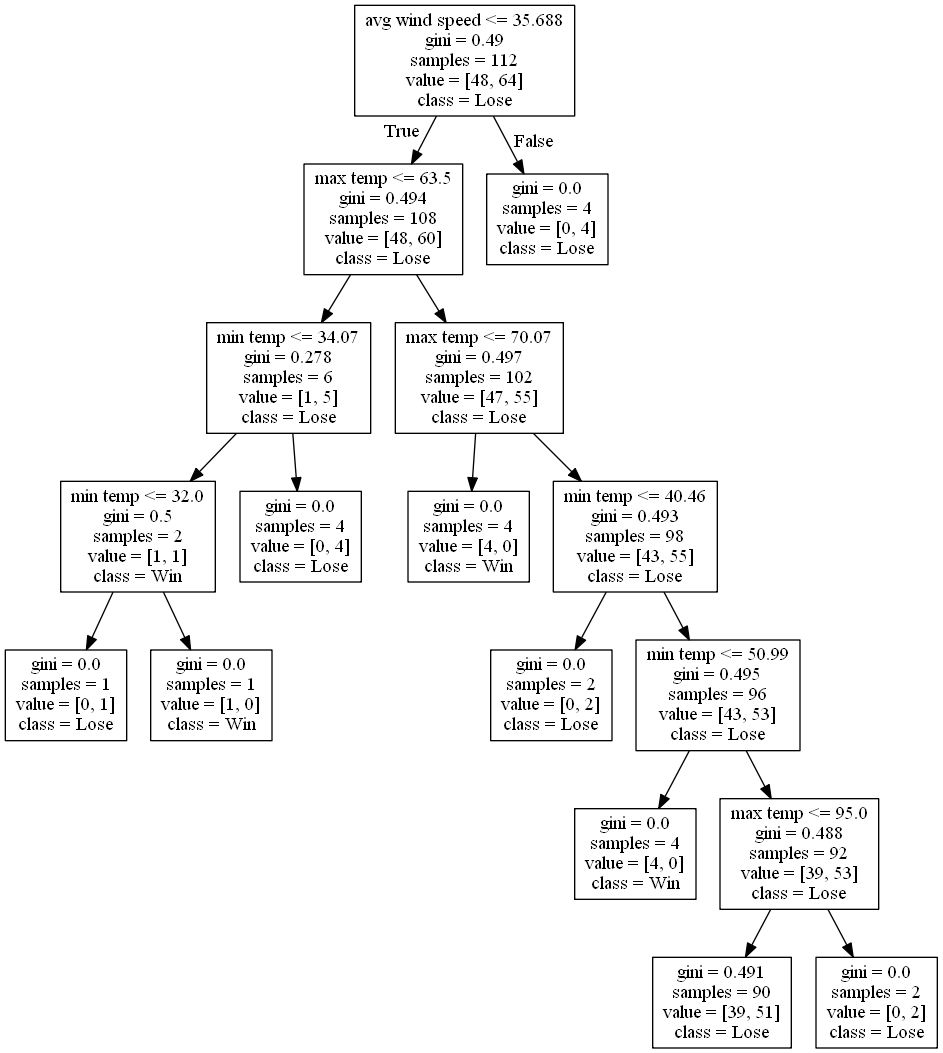
This is DecisionTrees/decision_tree_no_score_or_attendance_test_604.png from alexana-steck/CSE482Project, a Graphviz export, as it was before one commit. Its source is kept beside it as DecisionTrees/decision_tree_no_score_or_attendance_test_604.dot. Its diagram source:
```dot
digraph Tree {
node [shape=box] ;
0 [label="avg wind speed <= 35.688\ngini = 0.49\nsamples = 112\nvalue = [48, 64]\nclass = Lose"] ;
1 [label="max temp <= 63.5\ngini = 0.494\nsamples = 108\nvalue = [48, 60]\nclass = Lose"] ;
0 -> 1 [labeldistance=2.5, labelangle=45, headlabel="True"] ;
2 [label="min temp <= 34.07\ngini = 0.278\nsamples = 6\nvalue = [1, 5]\nclass = Lose"] ;
1 -> 2 ;
3 [label="min temp <= 32.0\ngini = 0.5\nsamples = 2\nvalue = [1, 1]\nclass = Win"] ;
2 -> 3 ;
4 [label="gini = 0.0\nsamples = 1\nvalue = [0, 1]\nclass = Lose"] ;
3 -> 4 ;
5 [label="gini = 0.0\nsamples = 1\nvalue = [1, 0]\nclass = Win"] ;
3 -> 5 ;
6 [label="gini = 0.0\nsamples = 4\nvalue = [0, 4]\nclass = Lose"] ;
2 -> 6 ;
7 [label="max temp <= 70.07\ngini = 0.497\nsamples = 102\nvalue = [47, 55]\nclass = Lose"] ;
1 -> 7 ;
8 [label="gini = 0.0\nsamples = 4\nvalue = [4, 0]\nclass = Win"] ;
7 -> 8 ;
9 [label="min temp <= 40.46\ngini = 0.493\nsamples = 98\nvalue = [43, 55]\nclass = Lose"] ;
7 -> 9 ;
10 [label="gini = 0.0\nsamples = 2\nvalue = [0, 2]\nclass = Lose"] ;
9 -> 10 ;
11 [label="min temp <= 50.99\ngini = 0.495\nsamples = 96\nvalue = [43, 53]\nclass = Lose"] ;
9 -> 11 ;
12 [label="gini = 0.0\nsamples = 4\nvalue = [4, 0]\nclass = Win"] ;
11 -> 12 ;
13 [label="max temp <= 95.0\ngini = 0.488\nsamples = 92\nvalue = [39, 53]\nclass = Lose"] ;
11 -> 13 ;
14 [label="gini = 0.491\nsamples = 90\nvalue = [39, 51]\nclass = Lose"] ;
13 -> 14 ;
15 [label="gini = 0.0\nsamples = 2\nvalue = [0, 2]\nclass = Lose"] ;
13 -> 15 ;
16 [label="gini = 0.0\nsamples = 4\nvalue = [0, 4]\nclass = Lose"] ;
0 -> 16 [labeldistance=2.5, labelangle=-45, headlabel="False"] ;
}
```
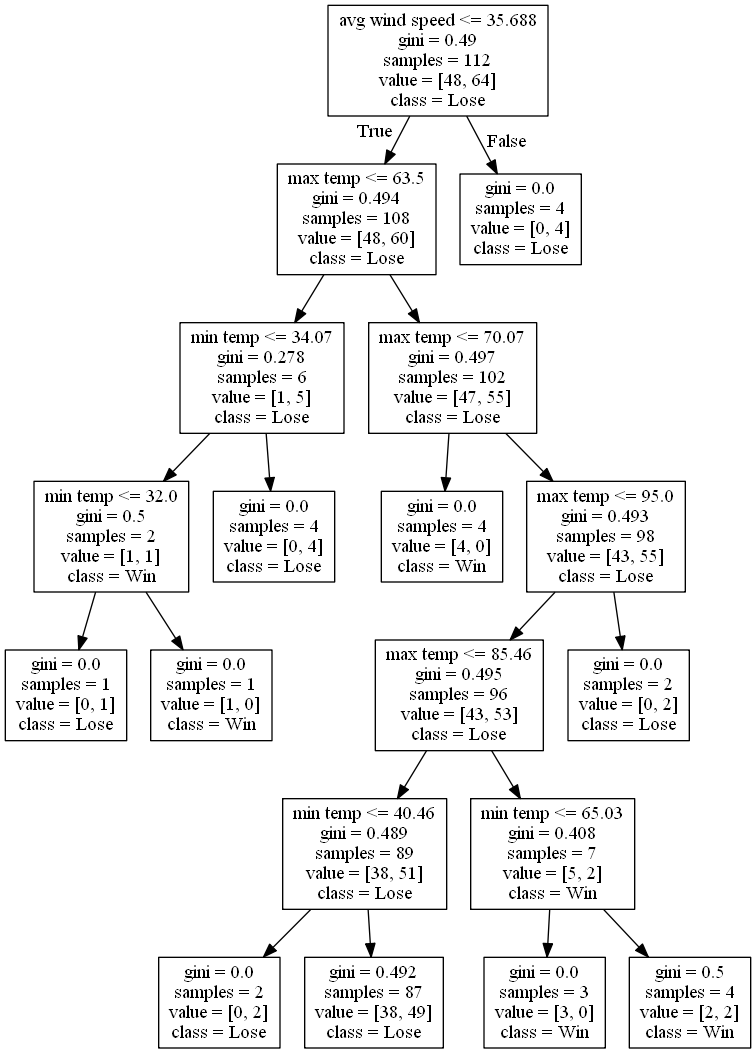
After the change.

What changed in the source:
```diff
@@ -17,20 +17,24 @@
 1 -> 7 ;
 8 [label="gini = 0.0\nsamples = 4\nvalue = [4, 0]\nclass = Win"] ;
 7 -> 8 ;
-9 [label="min temp <= 40.46\ngini = 0.493\nsamples = 98\nvalue = [43, 55]\nclass = Lose"] ;
+9 [label="max temp <= 95.0\ngini = 0.493\nsamples = 98\nvalue = [43, 55]\nclass = Lose"] ;
 7 -> 9 ;
-10 [label="gini = 0.0\nsamples = 2\nvalue = [0, 2]\nclass = Lose"] ;
+10 [label="max temp <= 85.46\ngini = 0.495\nsamples = 96\nvalue = [43, 53]\nclass = Lose"] ;
 9 -> 10 ;
-11 [label="min temp <= 50.99\ngini = 0.495\nsamples = 96\nvalue = [43, 53]\nclass = Lose"] ;
-9 -> 11 ;
-12 [label="gini = 0.0\nsamples = 4\nvalue = [4, 0]\nclass = Win"] ;
+11 [label="min temp <= 40.46\ngini = 0.489\nsamples = 89\nvalue = [38, 51]\nclass = Lose"] ;
+10 -> 11 ;
+12 [label="gini = 0.0\nsamples = 2\nvalue = [0, 2]\nclass = Lose"] ;
 11 -> 12 ;
-13 [label="max temp <= 95.0\ngini = 0.488\nsamples = 92\nvalue = [39, 53]\nclass = Lose"] ;
+13 [label="gini = 0.492\nsamples = 87\nvalue = [38, 49]\nclass = Lose"] ;
 11 -> 13 ;
-14 [label="gini = 0.491\nsamples = 90\nvalue = [39, 51]\nclass = Lose"] ;
-13 -> 14 ;
-15 [label="gini = 0.0\nsamples = 2\nvalue = [0, 2]\nclass = Lose"] ;
-13 -> 15 ;
-16 [label="gini = 0.0\nsamples = 4\nvalue = [0, 4]\nclass = Lose"] ;
-0 -> 16 [labeldistance=2.5, labelangle=-45, headlabel="False"] ;
+14 [label="min temp <= 65.03\ngini = 0.408\nsamples = 7\nvalue = [5, 2]\nclass = Win"] ;
+10 -> 14 ;
+15 [label="gini = 0.0\nsamples = 3\nvalue = [3, 0]\nclass = Win"] ;
+14 -> 15 ;
+16 [label="gini = 0.5\nsamples = 4\nvalue = [2, 2]\nclass = Win"] ;
+14 -> 16 ;
+17 [label="gini = 0.0\nsamples = 2\nvalue = [0, 2]\nclass = Lose"] ;
+9 -> 17 ;
+18 [label="gini = 0.0\nsamples = 4\nvalue = [0, 4]\nclass = Lose"] ;
+0 -> 18 [labeldistance=2.5, labelangle=-45, headlabel="False"] ;
 }
```
